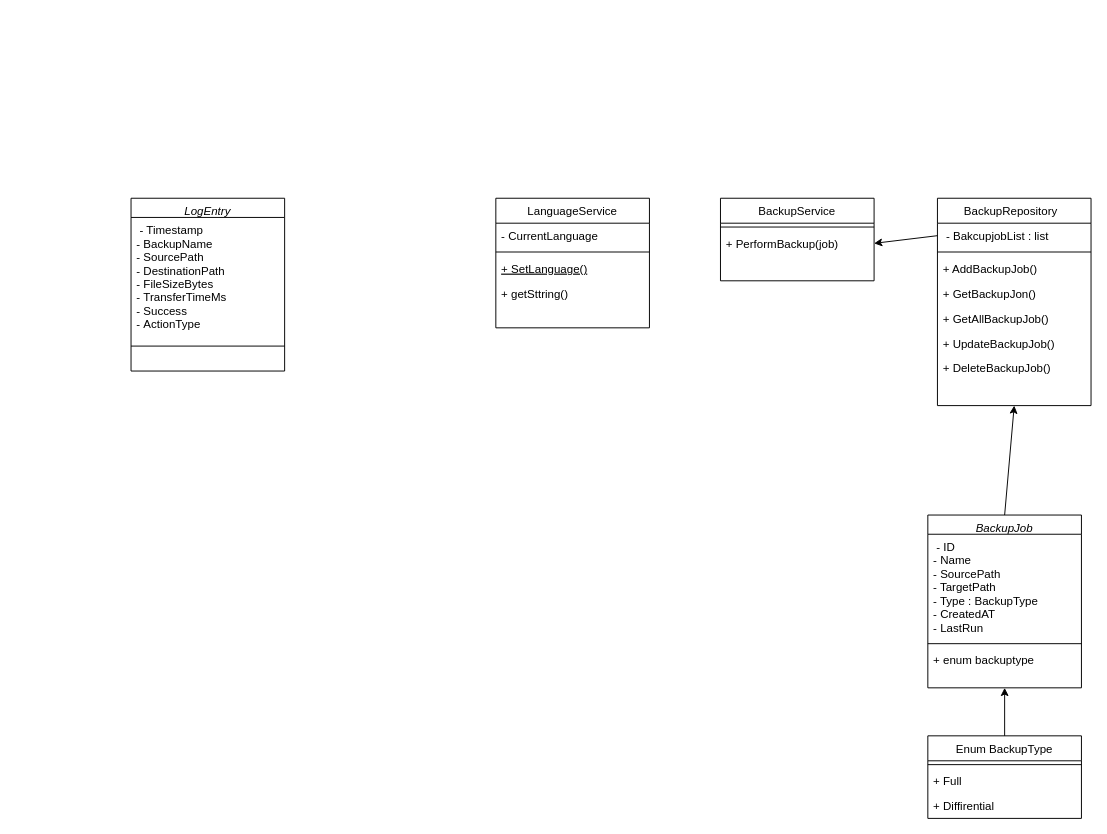
titaosahraoui/EasySave keeps this draw.io diagram as Resources/Diagramme de classe.drawio. Above is the earlier version. Source tidied: cells renumbered, new cells numbered last; positions are measured from the earlier drawing's top-left corner, leaving out a move shared by most shapes. Both pictures are drawn from the tidied source at 96%, with x=0, y=0 at pixel (131, 198).
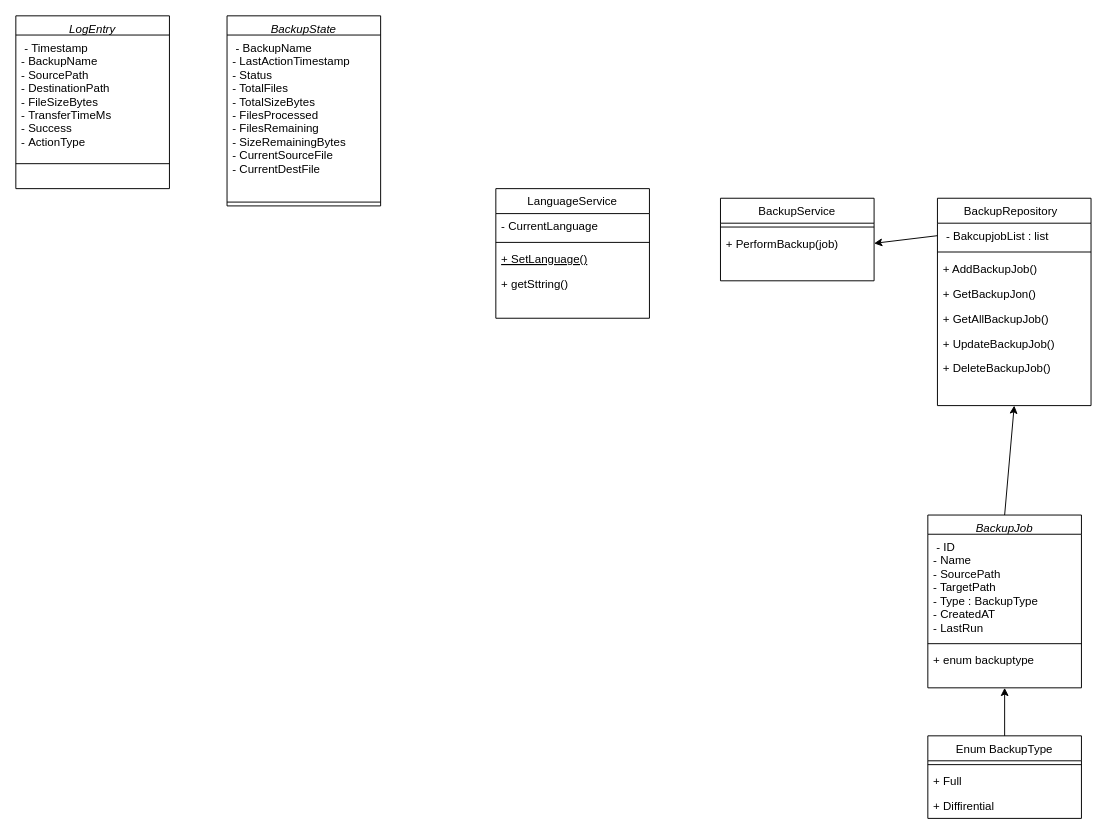
The same page after the edit.

Commit message:
ajoute de la table backup state

The edit, as a diff of the source:
```diff
@@
     <mxCell id="6" value="LanguageService" style="swimlane;fontStyle=0;align=center;verticalAlign=top;horizontal=1;startSize=26;rounded=0;shadow=0;strokeWidth=1;" parent="1" vertex="1">
-      <mxGeometry x="380" width="160" height="135" as="geometry" />
+      <mxGeometry x="380" y="-10" width="160" height="135" as="geometry" />
     </mxCell>
@@
     <mxCell id="29" value="LogEntry" style="swimlane;fontStyle=2;align=center;verticalAlign=top;horizontal=1;startSize=20;rounded=0;shadow=0;strokeWidth=1;" parent="1" vertex="1">
-      <mxGeometry width="160" height="180" as="geometry" />
+      <mxGeometry x="-120" y="-190" width="160" height="180" as="geometry" />
     </mxCell>
@@
+    <mxCell id="32" value="BackupState" style="swimlane;fontStyle=2;align=center;verticalAlign=top;horizontal=1;startSize=20;rounded=0;shadow=0;strokeWidth=1;" parent="1" vertex="1">
+      <mxGeometry x="100" y="-190" width="160" height="198" as="geometry" />
+    </mxCell>
+    <mxCell id="33" value=" - BackupName&#10;- LastActionTimestamp&#10;- Status&#10;- TotalFiles&#10;- TotalSizeBytes&#10;- FilesProcessed&#10;- FilesRemaining&#10;- SizeRemainingBytes&#10;- CurrentSourceFile&#10;- CurrentDestFile" style="text;align=left;verticalAlign=top;spacingLeft=4;spacingRight=4;overflow=hidden;rounded=0;shadow=0;html=0;" parent="32" vertex="1">
+      <mxGeometry y="20" width="160" height="170" as="geometry" />
+    </mxCell>
+    <mxCell id="34" style="line;html=1;strokeWidth=1;align=left;verticalAlign=middle;spacingTop=-1;spacingLeft=3;spacingRight=3;labelPosition=right;" parent="32" vertex="1">
+      <mxGeometry y="190" width="160" height="8" as="geometry" />
+    </mxCell>
```
